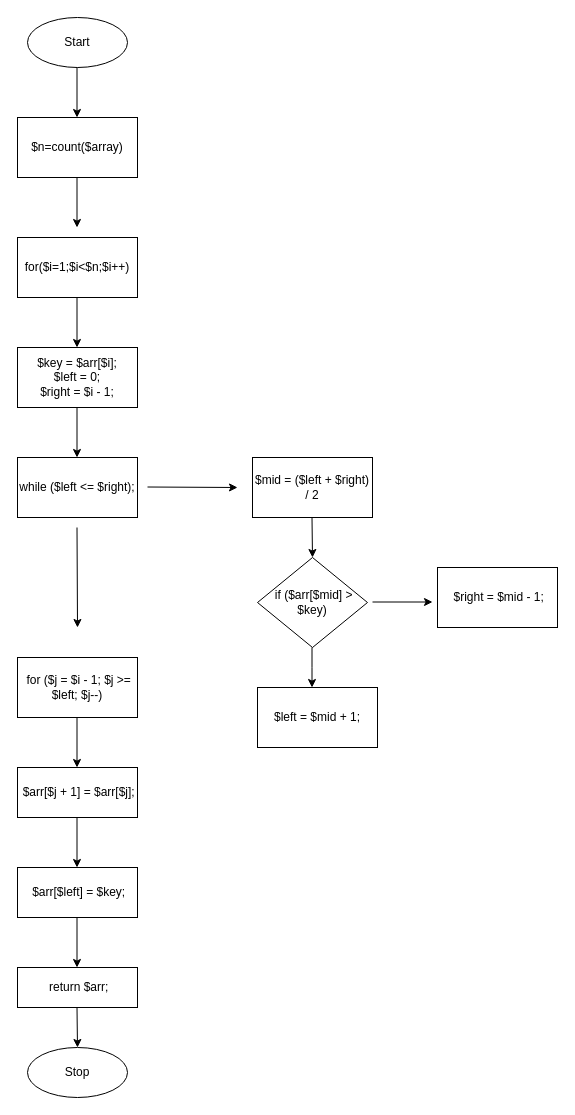
Before: page "Binary_Insertion_Sort" (6 of 6) of Untitled Diagram.drawio in Loan060203/flowchart, a draw.io diagram. Source tidied: cells renumbered, new cells numbered last; positions are measured from the earlier drawing's top-left corner, leaving out a move shared by most shapes. Both pictures are drawn from the tidied source at 100%, with x=0, y=0 at pixel (17, 17).
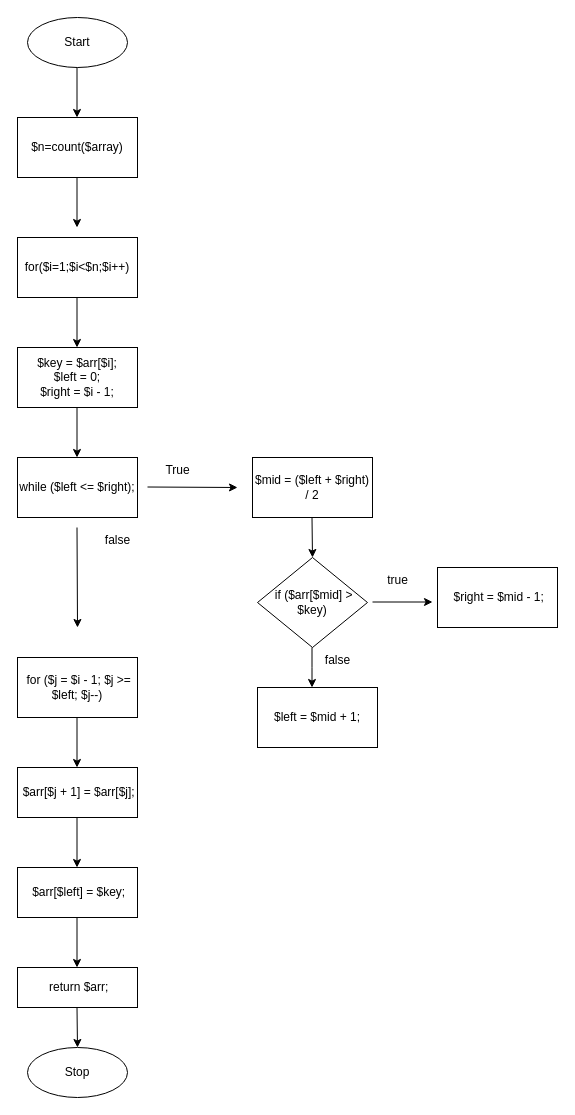
The same page after the edit.

The edit, as a diff of the source:
```diff
@@
+    <mxCell id="29" value="True" style="text;html=1;align=center;verticalAlign=middle;strokeColor=none;fillColor=none;" parent="1" vertex="1">
+      <mxGeometry x="135" y="438" width="50" height="30" as="geometry" />
+    </mxCell>
+    <mxCell id="30" value="true" style="text;html=1;align=center;verticalAlign=middle;strokeColor=none;fillColor=none;" parent="1" vertex="1">
+      <mxGeometry x="360" y="548" width="40" height="30" as="geometry" />
+    </mxCell>
+    <mxCell id="31" value="false" style="text;html=1;align=center;verticalAlign=middle;strokeColor=none;fillColor=none;" parent="1" vertex="1">
+      <mxGeometry x="295" y="628" width="50" height="30" as="geometry" />
+    </mxCell>
+    <mxCell id="32" value="false" style="text;html=1;align=center;verticalAlign=middle;strokeColor=none;fillColor=none;" parent="1" vertex="1">
+      <mxGeometry x="75" y="508" width="50" height="30" as="geometry" />
+    </mxCell>
```
